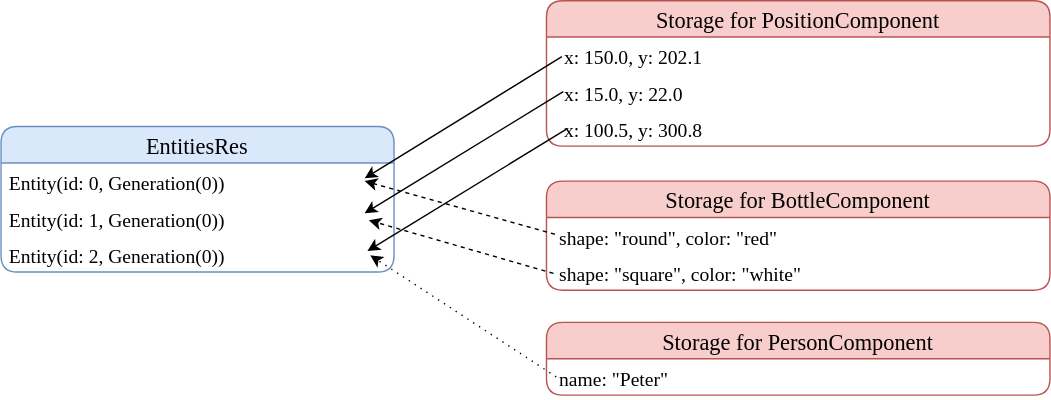
amethyst/amethyst keeps this draw.io diagram as book/src/images/concepts/component_and_entity.svg. Above is the earlier version. Source tidied: cells renumbered, new cells last; positions are measured from the earlier drawing's top-left corner, leaving out a move shared by most shapes.
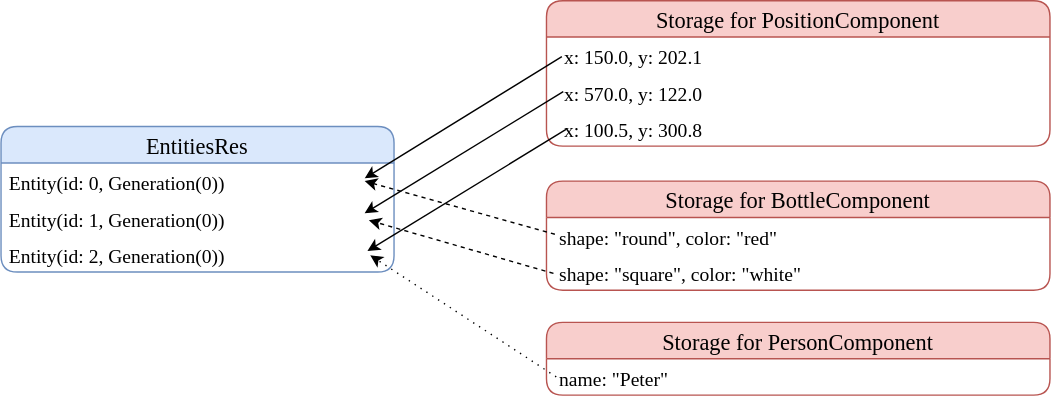
After the change.

Commit message:
fixed object table changed the position numbers to make them aligned changed the position numbers on the graph deleted extra fullstop

The edit, as a diff of the source:
```diff
@@ -20,7 +20,7 @@
     <mxCell id="7" value="  x: 150.0, y: 202.1" style="text;strokeColor=none;fillColor=none;spacingLeft=4;spacingRight=4;overflow=hidden;points=[[0,0.5],[1,0.5]];portConstraint=eastwest;fontSize=14;fontFamily=Lucida Console;" parent="6" vertex="1">
       <mxGeometry y="26" width="360" height="26" as="geometry" />
     </mxCell>
-    <mxCell id="8" value="  x: 15.0, y: 22.0" style="text;strokeColor=none;fillColor=none;spacingLeft=4;spacingRight=4;overflow=hidden;fontSize=14;fontFamily=Lucida Console;" parent="6" vertex="1">
+    <mxCell id="8" value="  x: 570.0, y: 122.0" style="text;strokeColor=none;fillColor=none;spacingLeft=4;spacingRight=4;overflow=hidden;fontSize=14;fontFamily=Lucida Console;" parent="6" vertex="1">
       <mxGeometry y="52" width="360" height="26" as="geometry" />
     </mxCell>
     <mxCell id="9" value="  x: 100.5, y: 300.8" style="text;strokeColor=none;fillColor=none;spacingLeft=4;spacingRight=4;overflow=hidden;fontSize=14;fontFamily=Lucida Console;" parent="6" vertex="1">
```
